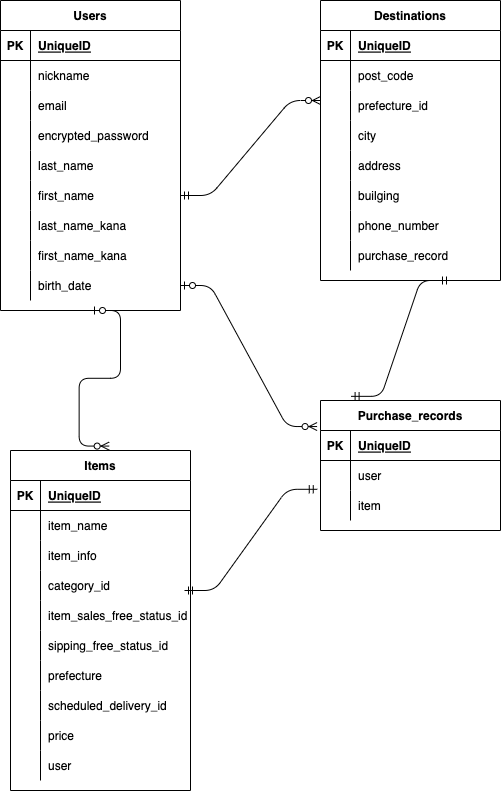
Before: furima-38710.drawio.png, a diagram exported from draw.io (yurika0705/furima-38710). Source tidied: cells renumbered, new cells last; positions are measured from the earlier drawing's top-left corner, leaving out a move shared by most shapes.
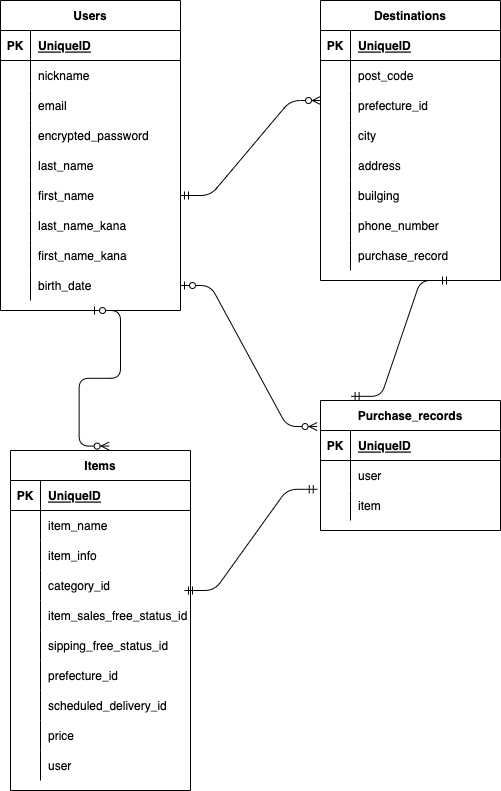
Above is the later version.

Commit message:
データベース設計修正７

Diff of the diagram source:
```diff
@@ -149,7 +149,7 @@
     <mxCell id="50" style="shape=partialRectangle;fillColor=none;top=0;left=0;bottom=0;right=0;overflow=hidden;html=0;" parent="49" vertex="1">
       <mxGeometry width="30" height="30" as="geometry" />
     </mxCell>
-    <mxCell id="51" value="prefecture" style="shape=partialRectangle;fillColor=none;top=0;left=0;bottom=0;right=0;align=left;spacingLeft=6;overflow=hidden;html=0;" parent="49" vertex="1">
+    <mxCell id="51" value="prefecture_id" style="shape=partialRectangle;fillColor=none;top=0;left=0;bottom=0;right=0;align=left;spacingLeft=6;overflow=hidden;html=0;" parent="49" vertex="1">
       <mxGeometry x="30" width="150" height="30" as="geometry" />
     </mxCell>
     <mxCell id="52" style="shape=partialRectangle;fillColor=none;top=0;left=0;bottom=0;right=0;html=0;" parent="30" vertex="1">
```
